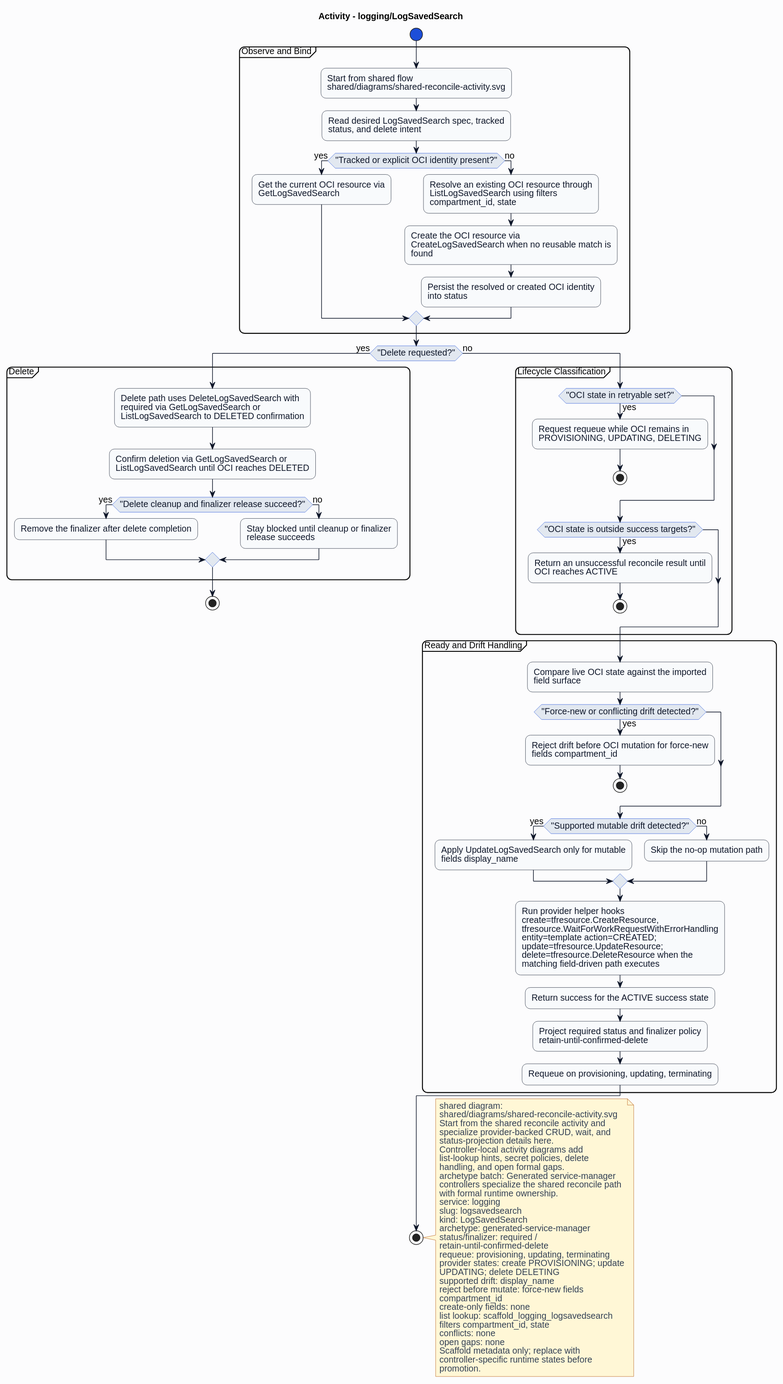
Earlier version of the PlantUML export formal/controllers/logging/logsavedsearch/diagrams/activity.svg (HaoyL666/oci-service-operator).
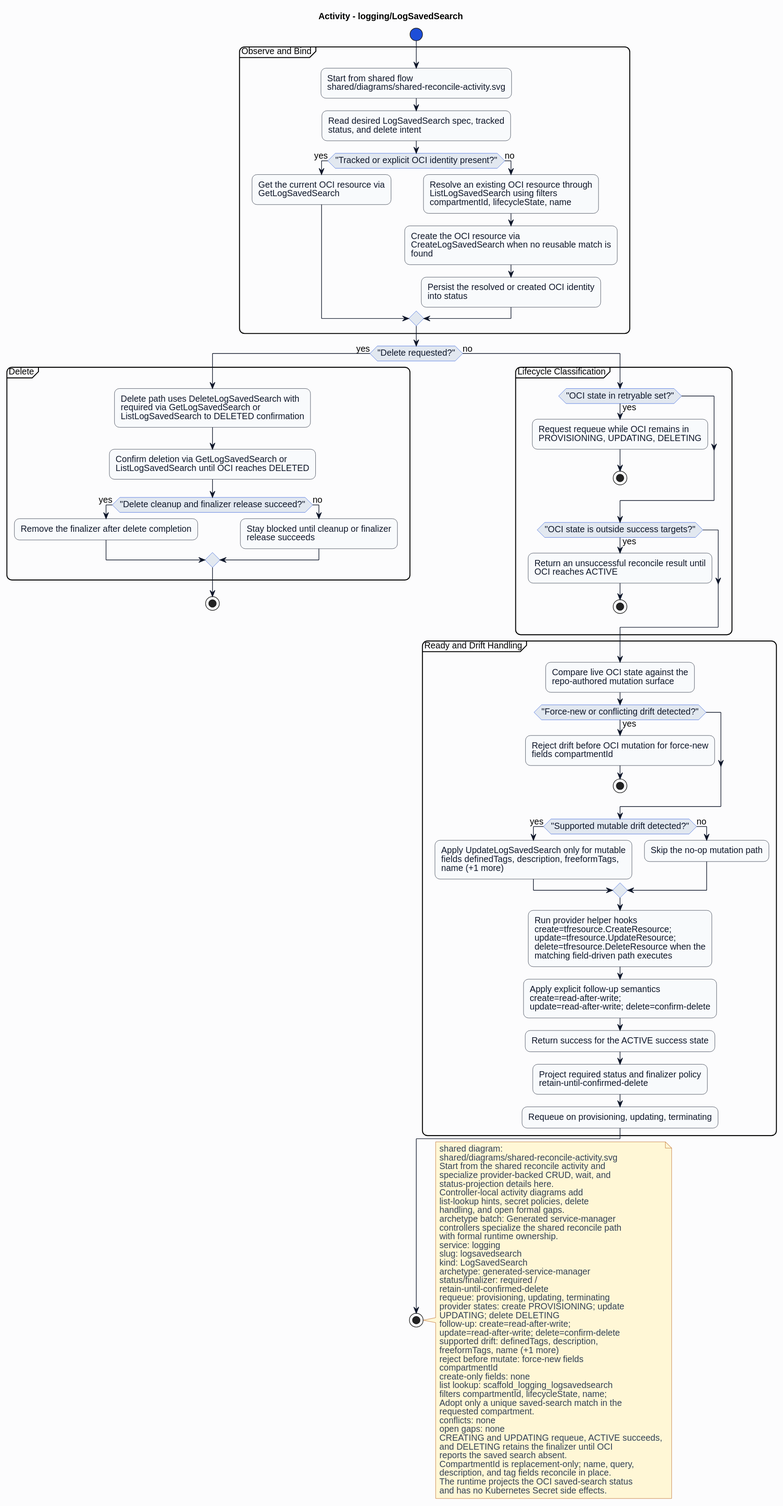
Later version of the same file.

The edit, as a diff of the source:
```diff
@@ -27,7 +27,7 @@
 if ("Tracked or explicit OCI identity present?") then (yes)
 :Get the current OCI resource via\nGetLogSavedSearch;
 else (no)
-:Resolve an existing OCI resource through\nListLogSavedSearch using filters\ncompartment_id, state;
+:Resolve an existing OCI resource through\nListLogSavedSearch using filters\ncompartmentId, lifecycleState, name;
 :Create the OCI resource via\nCreateLogSavedSearch when no reusable match is\nfound;
 :Persist the resolved or created OCI identity\ninto status;
 endif
@@ -55,17 +55,18 @@
 endif
 }
 partition "Ready and Drift Handling" {
-:Compare live OCI state against the imported\nfield surface;
+:Compare live OCI state against the\nrepo-authored mutation surface;
 if ("Force-new or conflicting drift detected?") then (yes)
-:Reject drift before OCI mutation for force-new\nfields compartment_id;
+:Reject drift before OCI mutation for force-new\nfields compartmentId;
 stop
 endif
 if ("Supported mutable drift detected?") then (yes)
-:Apply UpdateLogSavedSearch only for mutable\nfields display_name;
+:Apply UpdateLogSavedSearch only for mutable\nfields definedTags, description, freeformTags,\nname (+1 more);
 else (no)
 :Skip the no-op mutation path;
 endif
-:Run provider helper hooks\ncreate=tfresource.CreateResource,\ntfresource.WaitForWorkRequestWithErrorHandling\nentity=template action=CREATED;\nupdate=tfresource.UpdateResource;\ndelete=tfresource.DeleteResource when the\nmatching field-driven path executes;
+:Run provider helper hooks\ncreate=tfresource.CreateResource;\nupdate=tfresource.UpdateResource;\ndelete=tfresource.DeleteResource when the\nmatching field-driven path executes;
+:Apply explicit follow-up semantics\ncreate=read-after-write;\nupdate=read-after-write; delete=confirm-delete;
 :Return success for the ACTIVE success state;
 :Project required status and finalizer policy\nretain-until-confirmed-delete;
 :Requeue on provisioning, updating, terminating;
@@ -93,16 +94,25 @@
 requeue: provisioning, updating, terminating
 provider states: create PROVISIONING; update
 UPDATING; delete DELETING
-supported drift: display_name
+follow-up: create=read-after-write;
+update=read-after-write; delete=confirm-delete
+supported drift: definedTags, description,
+freeformTags, name (+1 more)
 reject before mutate: force-new fields
-compartment_id
+compartmentId
 create-only fields: none
 list lookup: scaffold_logging_logsavedsearch
-filters compartment_id, state
+filters compartmentId, lifecycleState, name;
+Adopt only a unique saved-search match in the
+requested compartment.
 conflicts: none
 open gaps: none
-Scaffold metadata only; replace with
-controller-specific runtime states before
-promotion.
+CREATING and UPDATING requeue, ACTIVE succeeds,
+and DELETING retains the finalizer until OCI
+reports the saved search absent.
+CompartmentId is replacement-only; name, query,
+description, and tag fields reconcile in place.
+The runtime projects the OCI saved-search status
+and has no Kubernetes Secret side effects.
 end note
 @enduml
```
